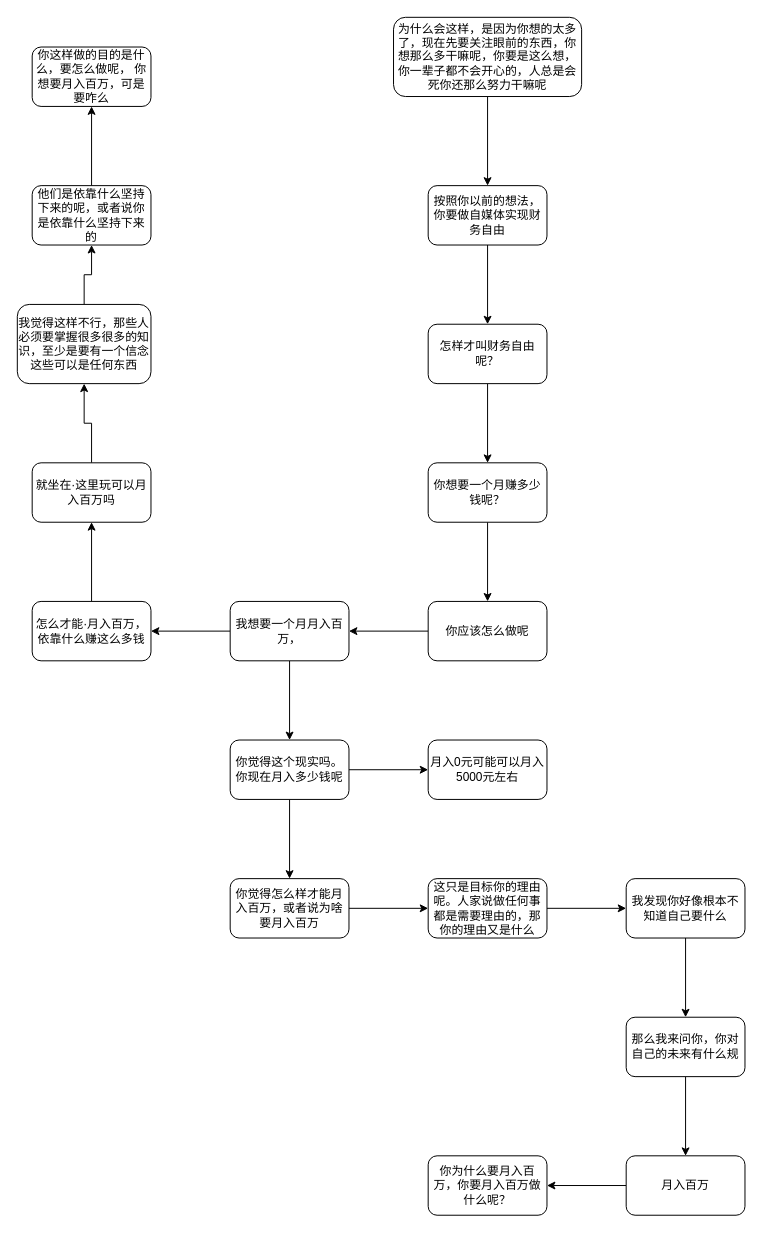
Earlier version of the draw.io diagram page "第 3 页" (3 of 3) of 未命名绘图.drawio (1738376632/liaotian). Source tidied: cells renumbered, new cells numbered last; positions are measured from the earlier drawing's top-left corner, leaving out a move shared by most shapes. Both pictures are drawn from the tidied source at 99%, with x=0, y=0 at pixel (17, 17).
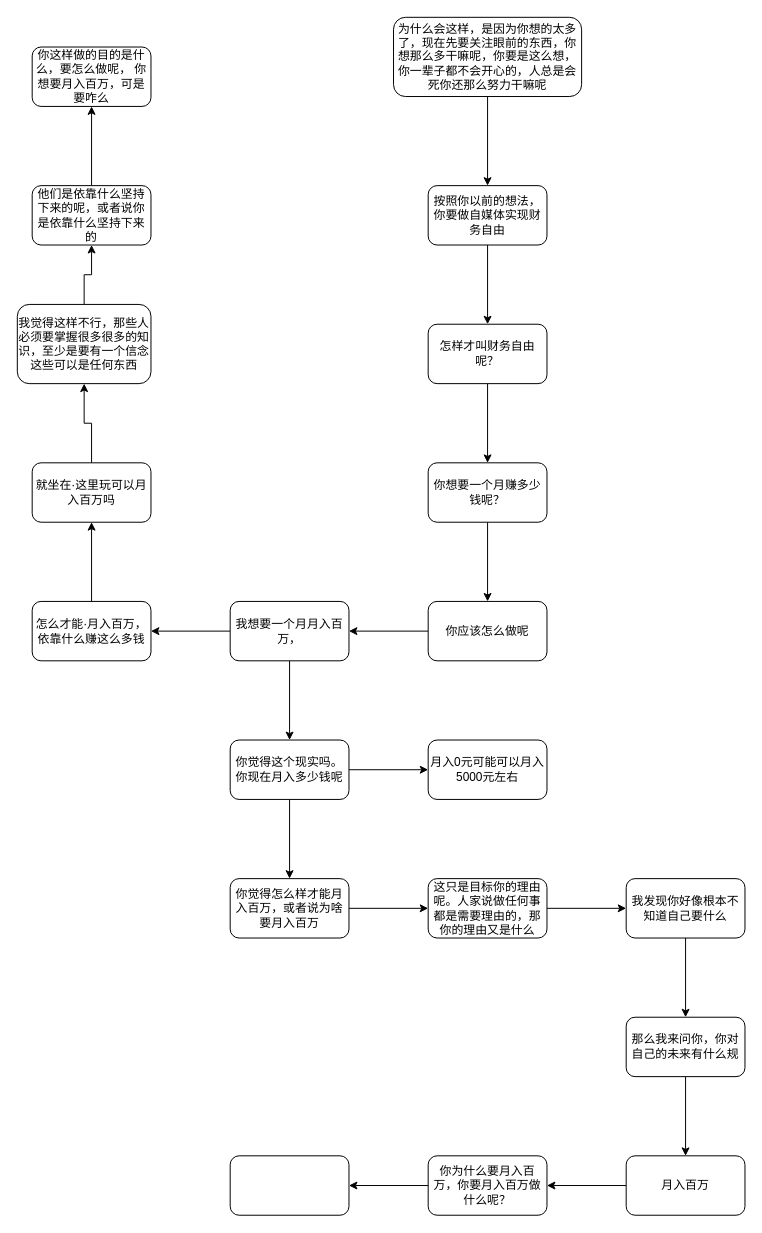
The same diagram, later.

Commit message:
更新未命名绘图.drawio

The change refers to these unchanged cells:
```xml
<mxCell id="38" value="你为什么要月入百万，你要月入百万做什么呢？" style="whiteSpace=wrap;html=1;rounded=1;" parent="1" vertex="1">
  <mxGeometry x="415" y="1150" width="120" height="60" as="geometry" />
</mxCell>
```

The edit, as a diff of the source:
```diff
@@
+    <mxCell id="39" style="edgeStyle=orthogonalEdgeStyle;rounded=0;jettySize=auto;html=1;" parent="1" edge="1" source="38" target="40">
+      <mxGeometry relative="1" as="geometry" />
+    </mxCell>
@@
+    <mxCell id="40" style="whiteSpace=wrap;html=1;rounded=1;" parent="1" vertex="1">
+      <mxGeometry x="215" y="1150" width="120" height="60" as="geometry" />
+    </mxCell>
```
